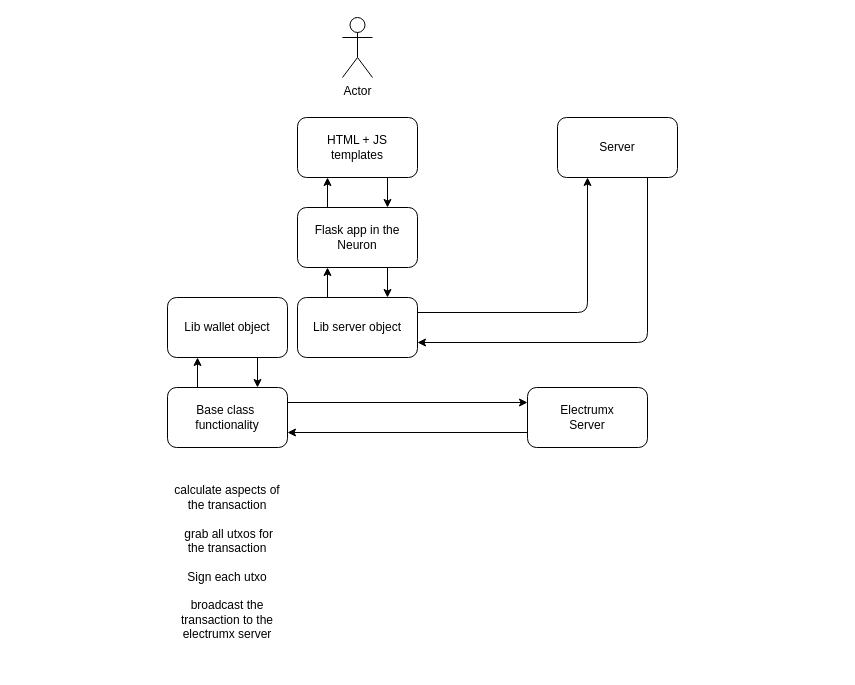
SatoriNetwork/Neuron keeps this draw.io diagram as docs/diagrams/data_layers.drawio. Above is the earlier version. Source tidied: cells renumbered, new cells numbered last; positions are measured from the earlier drawing's top-left corner, leaving out a move shared by most shapes. Both pictures are drawn from the tidied source at 100%, with x=0, y=0 at pixel (167, 17).
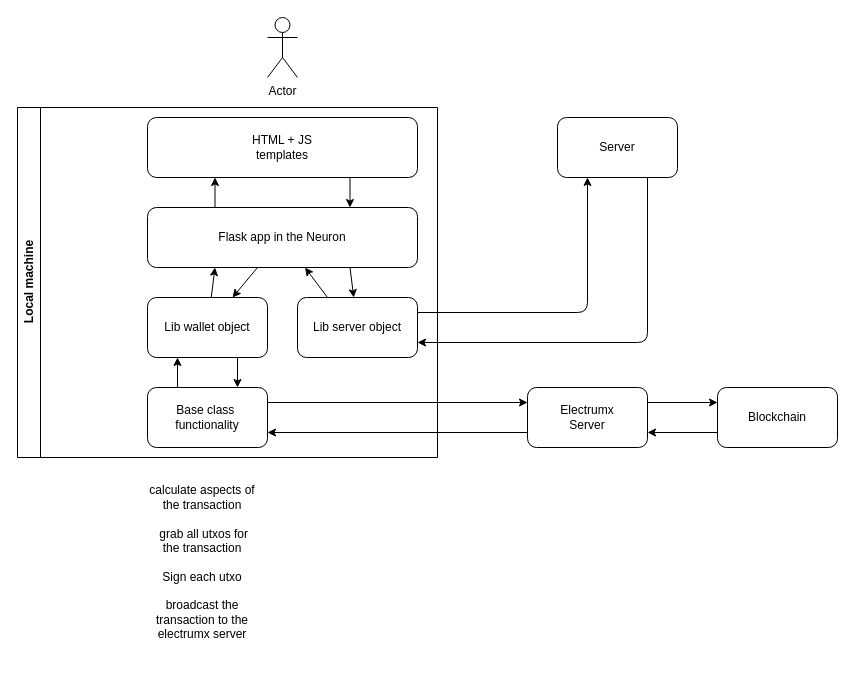
Above is the later version.

Unchanged cells that the change refers to:
```xml
<mxCell id="10" value="Lib server object" style="rounded=1;whiteSpace=wrap;html=1;" parent="1" vertex="1">
  <mxGeometry x="130" y="280" width="120" height="60" as="geometry" />
</mxCell>
```

What changed in the source:
```diff
@@
     <mxCell id="3" value="HTML + JS&lt;br&gt;templates" style="rounded=1;whiteSpace=wrap;html=1;" parent="1" vertex="1">
-      <mxGeometry x="130" y="100" width="120" height="60" as="geometry" />
+      <mxGeometry x="-20" y="100" width="270" height="60" as="geometry" />
     </mxCell>
     <mxCell id="4" value="Actor" style="shape=umlActor;verticalLabelPosition=bottom;verticalAlign=top;html=1;" parent="1" vertex="1">
-      <mxGeometry x="175" width="30" height="60" as="geometry" />
+      <mxGeometry x="100" width="30" height="60" as="geometry" />
     </mxCell>
-    <mxCell id="5" style="edgeStyle=none;html=1;exitX=0.75;exitY=1;exitDx=0;exitDy=0;entryX=0.75;entryY=0;entryDx=0;entryDy=0;" parent="1" edge="1" source="7" target="10">
+    <mxCell id="5" style="edgeStyle=none;html=1;exitX=0.75;exitY=1;exitDx=0;exitDy=0;" parent="1" edge="1" source="7" target="10">
       <mxGeometry relative="1" as="geometry" />
     </mxCell>
@@
+    <mxCell id="21" style="edgeStyle=none;html=1;" parent="1" edge="1" source="7" target="14">
+      <mxGeometry relative="1" as="geometry" />
+    </mxCell>
     <mxCell id="7" value="Flask app in the Neuron" style="rounded=1;whiteSpace=wrap;html=1;" parent="1" vertex="1">
-      <mxGeometry x="130" y="190" width="120" height="60" as="geometry" />
+      <mxGeometry x="-20" y="190" width="270" height="60" as="geometry" />
     </mxCell>
@@
-    <mxCell id="9" style="edgeStyle=none;html=1;exitX=0.25;exitY=0;exitDx=0;exitDy=0;entryX=0.25;entryY=1;entryDx=0;entryDy=0;" parent="1" edge="1" source="10" target="7">
+    <mxCell id="9" style="edgeStyle=none;html=1;exitX=0.25;exitY=0;exitDx=0;exitDy=0;" parent="1" edge="1" source="10" target="7">
       <mxGeometry relative="1" as="geometry" />
     </mxCell>
@@
-    <mxCell id="13" style="edgeStyle=none;html=1;entryX=0.75;entryY=0;entryDx=0;entryDy=0;exitX=0.75;exitY=1;exitDx=0;exitDy=0;" parent="1" edge="1" source="14" target="16">
-      <mxGeometry relative="1" as="geometry" />
-    </mxCell>
+    <mxCell id="17" value="calculate aspects of the transaction&lt;br&gt;&lt;br&gt;&amp;nbsp;grab all utxos for the transaction&lt;br&gt;&lt;br&gt;Sign each utxo&lt;br&gt;&lt;br&gt;broadcast the transaction to the electrumx server" style="text;html=1;strokeColor=none;fillColor=none;align=center;verticalAlign=middle;whiteSpace=wrap;rounded=0;" parent="1" vertex="1">
+      <mxGeometry x="-20" y="440" width="110" height="210" as="geometry" />
+    </mxCell>
+    <mxCell id="18" style="edgeStyle=none;html=1;entryX=0;entryY=0.25;entryDx=0;entryDy=0;exitX=1;exitY=0.25;exitDx=0;exitDy=0;" parent="1" edge="1" source="16" target="20">
+      <mxGeometry relative="1" as="geometry" />
+    </mxCell>
+    <mxCell id="19" style="edgeStyle=none;html=1;entryX=1;entryY=0.75;entryDx=0;entryDy=0;exitX=0;exitY=0.75;exitDx=0;exitDy=0;" parent="1" edge="1" source="20" target="16">
+      <mxGeometry relative="1" as="geometry" />
+    </mxCell>
+    <mxCell id="22" style="edgeStyle=none;html=1;exitX=1;exitY=0.25;exitDx=0;exitDy=0;entryX=0;entryY=0.25;entryDx=0;entryDy=0;" parent="1" edge="1" source="20" target="25">
+      <mxGeometry relative="1" as="geometry" />
+    </mxCell>
+    <mxCell id="20" value="Electrumx&lt;br&gt;Server" style="rounded=1;whiteSpace=wrap;html=1;" parent="1" vertex="1">
+      <mxGeometry x="360" y="370" width="120" height="60" as="geometry" />
+    </mxCell>
+    <mxCell id="23" value="Local machine" style="swimlane;horizontal=0;whiteSpace=wrap;html=1;" parent="1" vertex="1">
+      <mxGeometry x="-150" y="90" width="420" height="350" as="geometry" />
+    </mxCell>
-    <mxCell id="14" value="Lib wallet object" style="rounded=1;whiteSpace=wrap;html=1;" parent="1" vertex="1">
-      <mxGeometry y="280" width="120" height="60" as="geometry" />
+    <mxCell id="14" value="Lib wallet object" style="rounded=1;whiteSpace=wrap;html=1;" parent="23" vertex="1">
+      <mxGeometry x="130" y="190" width="120" height="60" as="geometry" />
     </mxCell>
-    <mxCell id="15" style="edgeStyle=none;html=1;entryX=0.25;entryY=1;entryDx=0;entryDy=0;exitX=0.25;exitY=0;exitDx=0;exitDy=0;" parent="1" edge="1" source="16" target="14">
+    <mxCell id="15" style="edgeStyle=none;html=1;entryX=0.25;entryY=1;entryDx=0;entryDy=0;exitX=0.25;exitY=0;exitDx=0;exitDy=0;" parent="23" edge="1" source="16" target="14">
       <mxGeometry relative="1" as="geometry" />
     </mxCell>
-    <mxCell id="16" value="Base class&amp;nbsp;&lt;br&gt;functionality" style="rounded=1;whiteSpace=wrap;html=1;" parent="1" vertex="1">
-      <mxGeometry y="370" width="120" height="60" as="geometry" />
+    <mxCell id="16" value="Base class&amp;nbsp;&lt;br&gt;functionality" style="rounded=1;whiteSpace=wrap;html=1;" parent="23" vertex="1">
+      <mxGeometry x="130" y="280" width="120" height="60" as="geometry" />
     </mxCell>
-    <mxCell id="17" value="calculate aspects of the transaction&lt;br&gt;&lt;br&gt;&amp;nbsp;grab all utxos for the transaction&lt;br&gt;&lt;br&gt;Sign each utxo&lt;br&gt;&lt;br&gt;broadcast the transaction to the electrumx server" style="text;html=1;strokeColor=none;fillColor=none;align=center;verticalAlign=middle;whiteSpace=wrap;rounded=0;" parent="1" vertex="1">
-      <mxGeometry x="5" y="440" width="110" height="210" as="geometry" />
-    </mxCell>
-    <mxCell id="18" style="edgeStyle=none;html=1;entryX=0;entryY=0.25;entryDx=0;entryDy=0;exitX=1;exitY=0.25;exitDx=0;exitDy=0;" parent="1" edge="1" source="16" target="20">
-      <mxGeometry relative="1" as="geometry" />
-    </mxCell>
-    <mxCell id="19" style="edgeStyle=none;html=1;entryX=1;entryY=0.75;entryDx=0;entryDy=0;exitX=0;exitY=0.75;exitDx=0;exitDy=0;" parent="1" edge="1" source="20" target="16">
-      <mxGeometry relative="1" as="geometry" />
-    </mxCell>
-    <mxCell id="20" value="Electrumx&lt;br&gt;Server" style="rounded=1;whiteSpace=wrap;html=1;" parent="1" vertex="1">
-      <mxGeometry x="360" y="370" width="120" height="60" as="geometry" />
-    </mxCell>
+    <mxCell id="13" style="edgeStyle=none;html=1;entryX=0.75;entryY=0;entryDx=0;entryDy=0;exitX=0.75;exitY=1;exitDx=0;exitDy=0;" parent="23" edge="1" source="14" target="16">
+      <mxGeometry relative="1" as="geometry" />
+    </mxCell>
+    <mxCell id="24" style="edgeStyle=none;html=1;entryX=1;entryY=0.75;entryDx=0;entryDy=0;exitX=0;exitY=0.75;exitDx=0;exitDy=0;" parent="1" edge="1" source="25" target="20">
+      <mxGeometry relative="1" as="geometry" />
+    </mxCell>
+    <mxCell id="25" value="Blockchain" style="rounded=1;whiteSpace=wrap;html=1;" parent="1" vertex="1">
+      <mxGeometry x="550" y="370" width="120" height="60" as="geometry" />
+    </mxCell>
+    <mxCell id="26" style="edgeStyle=none;html=1;entryX=0.25;entryY=1;entryDx=0;entryDy=0;" parent="1" edge="1" source="14" target="7">
+      <mxGeometry relative="1" as="geometry" />
+    </mxCell>
```
